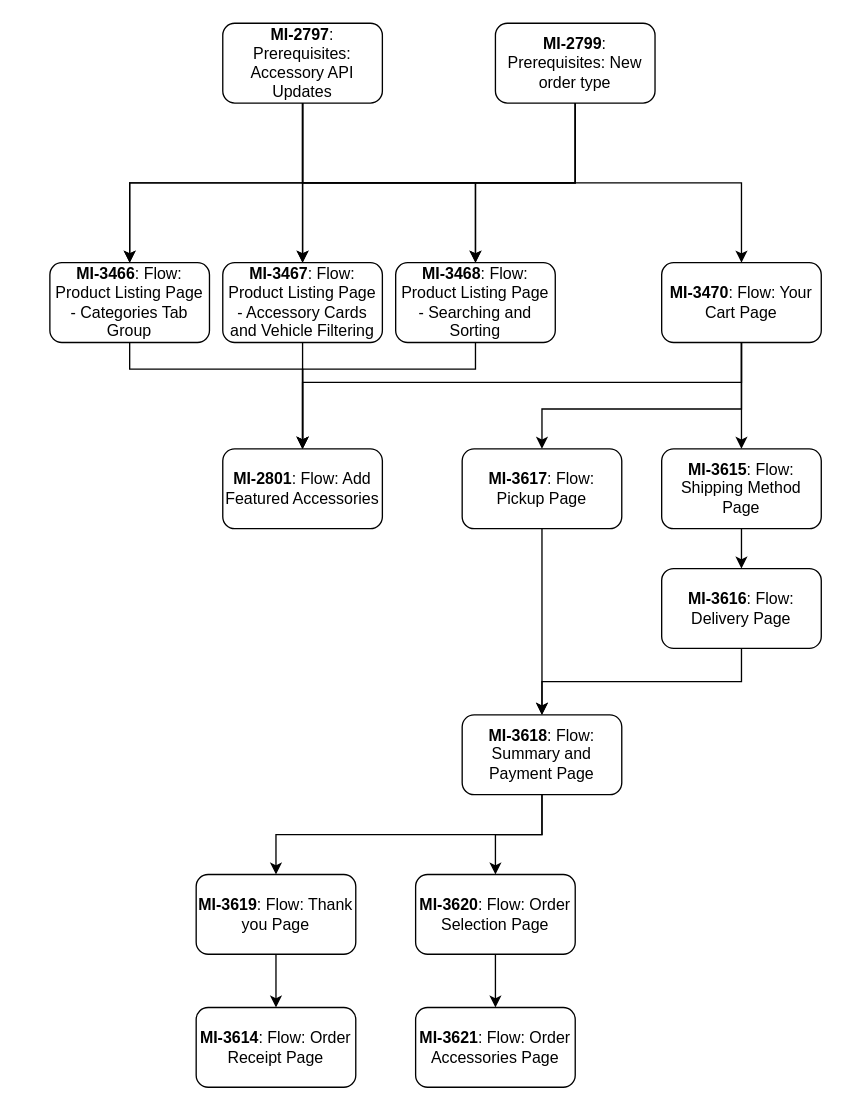
This is Untitled Diagram.drawio from rabihkodeih/agflow_test, a draw.io file, before an edit. Source tidied: cells renumbered, new cells numbered last; positions are measured from the earlier drawing's top-left corner, leaving out a move shared by most shapes. Both pictures are drawn from the tidied source at 133%, with x=0, y=0 at pixel (49, 23).
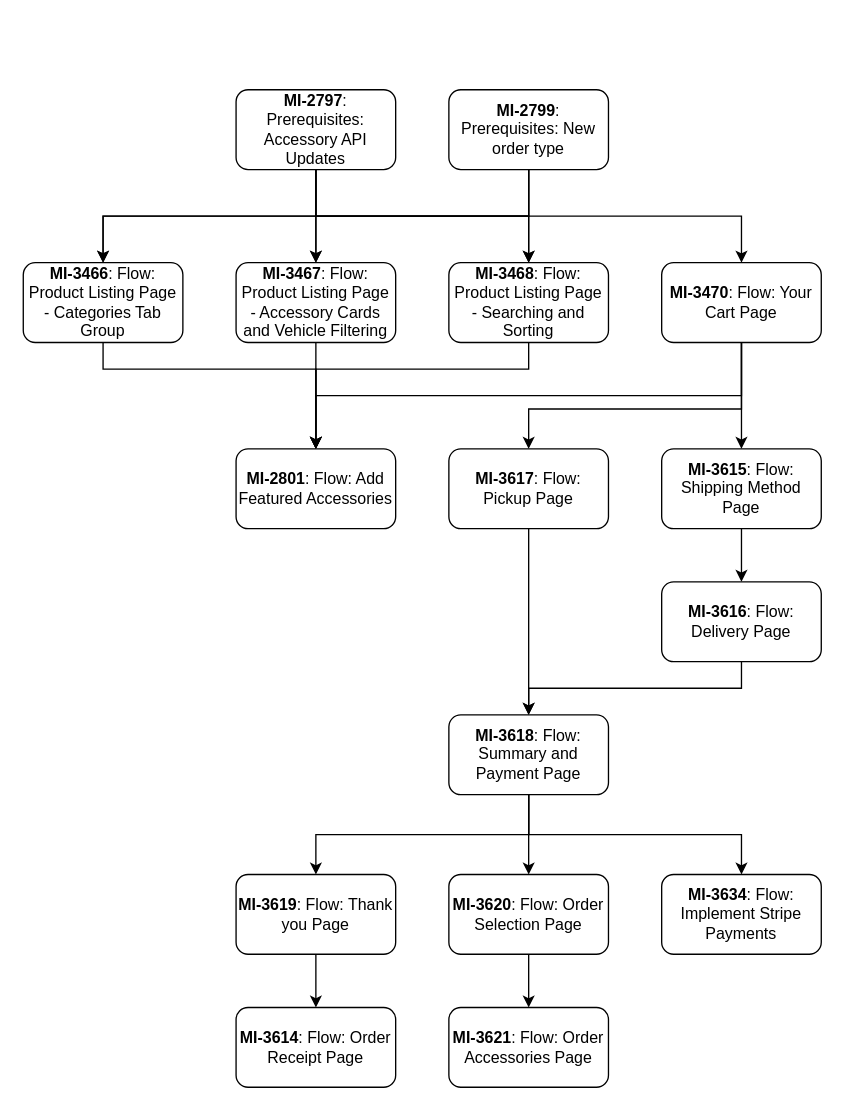
After the change.

Unchanged cells that the change refers to:
```xml
<mxCell id="20" value="&lt;b&gt;MI-3470&lt;/b&gt;: Flow: Your Cart Page" style="rounded=1;whiteSpace=wrap;html=1;" parent="1" vertex="1">
  <mxGeometry x="460" y="180" width="120" height="60" as="geometry" />
</mxCell>
```

Change to the diagram source:
```diff
@@
     <mxCell id="3" value="&lt;b&gt;MI-3466&lt;/b&gt;: Flow: Product Listing Page - Categories Tab Group" style="rounded=1;whiteSpace=wrap;html=1;" parent="1" vertex="1">
-      <mxGeometry y="180" width="120" height="60" as="geometry" />
+      <mxGeometry x="-20" y="180" width="120" height="60" as="geometry" />
     </mxCell>
@@
     <mxCell id="8" value="&lt;b&gt;MI-2797&lt;/b&gt;: Prerequisites: Accessory API Updates" style="rounded=1;whiteSpace=wrap;html=1;" parent="1" vertex="1">
-      <mxGeometry x="130" width="120" height="60" as="geometry" />
+      <mxGeometry x="140" y="50" width="120" height="60" as="geometry" />
     </mxCell>
@@
     <mxCell id="12" value="&lt;b&gt;MI-2799&lt;/b&gt;: Prerequisites: New order type" style="rounded=1;whiteSpace=wrap;html=1;" parent="1" vertex="1">
-      <mxGeometry x="335" width="120" height="60" as="geometry" />
+      <mxGeometry x="300" y="50" width="120" height="60" as="geometry" />
     </mxCell>
@@
     <mxCell id="14" value="&lt;b&gt;MI-3467&lt;/b&gt;: Flow: Product Listing Page - Accessory Cards and Vehicle Filtering" style="rounded=1;whiteSpace=wrap;html=1;" parent="1" vertex="1">
-      <mxGeometry x="130" y="180" width="120" height="60" as="geometry" />
+      <mxGeometry x="140" y="180" width="120" height="60" as="geometry" />
     </mxCell>
@@
     <mxCell id="16" value="&lt;b&gt;MI-3468&lt;/b&gt;: Flow: Product Listing Page - Searching and Sorting" style="rounded=1;whiteSpace=wrap;html=1;" parent="1" vertex="1">
-      <mxGeometry x="260" y="180" width="120" height="60" as="geometry" />
+      <mxGeometry x="300" y="180" width="120" height="60" as="geometry" />
     </mxCell>
@@
     <mxCell id="18" style="edgeStyle=orthogonalEdgeStyle;rounded=0;jettySize=auto;html=1;entryX=0.5;entryY=0;entryDx=0;entryDy=0;exitX=0.5;exitY=1;exitDx=0;exitDy=0;" parent="1" edge="1" source="20" target="26">
       <mxGeometry relative="1" as="geometry">
         <Array as="points">
           <mxPoint x="520" y="290" />
-          <mxPoint x="370" y="290" />
+          <mxPoint x="360" y="290" />
         </Array>
       </mxGeometry>
     </mxCell>
     <mxCell id="19" style="edgeStyle=orthogonalEdgeStyle;rounded=0;jettySize=auto;html=1;exitX=0.5;exitY=1;exitDx=0;exitDy=0;entryX=0.5;entryY=0;entryDx=0;entryDy=0;" parent="1" edge="1" source="20" target="36">
       <mxGeometry relative="1" as="geometry">
         <Array as="points">
-          <mxPoint x="520" y="270" />
-          <mxPoint x="190" y="270" />
+          <mxPoint x="520" y="280" />
+          <mxPoint x="200" y="280" />
         </Array>
       </mxGeometry>
     </mxCell>
@@
     <mxCell id="24" value="&lt;b&gt;MI-3616&lt;/b&gt;: Flow: Delivery Page" style="whiteSpace=wrap;html=1;rounded=1;" parent="1" vertex="1">
-      <mxGeometry x="460" y="410" width="120" height="60" as="geometry" />
+      <mxGeometry x="460" y="420" width="120" height="60" as="geometry" />
     </mxCell>
@@
     <mxCell id="26" value="&lt;b&gt;MI-3617&lt;/b&gt;: Flow: Pickup Page" style="rounded=1;whiteSpace=wrap;html=1;" parent="1" vertex="1">
-      <mxGeometry x="310" y="320" width="120" height="60" as="geometry" />
+      <mxGeometry x="300" y="320" width="120" height="60" as="geometry" />
     </mxCell>
@@
+    <mxCell id="37" style="edgeStyle=orthogonalEdgeStyle;rounded=0;jettySize=auto;html=1;exitX=0.5;exitY=1;exitDx=0;exitDy=0;" parent="1" edge="1" source="29" target="38">
+      <mxGeometry relative="1" as="geometry" />
+    </mxCell>
     <mxCell id="29" value="&lt;b&gt;MI-3618&lt;/b&gt;: Flow: Summary and Payment Page" style="whiteSpace=wrap;html=1;rounded=1;" parent="1" vertex="1">
-      <mxGeometry x="310" y="520" width="120" height="60" as="geometry" />
+      <mxGeometry x="300" y="520" width="120" height="60" as="geometry" />
     </mxCell>
@@
     <mxCell id="31" value="&lt;b&gt;MI-3619&lt;/b&gt;: Flow: Thank you Page" style="whiteSpace=wrap;html=1;rounded=1;" parent="1" vertex="1">
-      <mxGeometry x="110" y="640" width="120" height="60" as="geometry" />
+      <mxGeometry x="140" y="640" width="120" height="60" as="geometry" />
     </mxCell>
     <mxCell id="32" value="&lt;b&gt;MI-3614&lt;/b&gt;: Flow: Order Receipt Page" style="whiteSpace=wrap;html=1;rounded=1;" parent="1" vertex="1">
-      <mxGeometry x="110" y="740" width="120" height="60" as="geometry" />
+      <mxGeometry x="140" y="740" width="120" height="60" as="geometry" />
     </mxCell>
@@
     <mxCell id="34" value="&lt;b&gt;MI-3620&lt;/b&gt;: Flow: Order Selection Page" style="whiteSpace=wrap;html=1;rounded=1;" parent="1" vertex="1">
-      <mxGeometry x="275" y="640" width="120" height="60" as="geometry" />
+      <mxGeometry x="300" y="640" width="120" height="60" as="geometry" />
     </mxCell>
     <mxCell id="35" value="&lt;b&gt;MI-3621&lt;/b&gt;: Flow: Order Accessories Page" style="whiteSpace=wrap;html=1;rounded=1;" parent="1" vertex="1">
-      <mxGeometry x="275" y="740" width="120" height="60" as="geometry" />
+      <mxGeometry x="300" y="740" width="120" height="60" as="geometry" />
     </mxCell>
     <mxCell id="36" value="&lt;b&gt;MI-2801&lt;/b&gt;: Flow: Add Featured Accessories" style="rounded=1;whiteSpace=wrap;html=1;" parent="1" vertex="1">
-      <mxGeometry x="130" y="320" width="120" height="60" as="geometry" />
+      <mxGeometry x="140" y="320" width="120" height="60" as="geometry" />
     </mxCell>
+    <mxCell id="38" value="&lt;b&gt;MI-3634&lt;/b&gt;: Flow: Implement Stripe Payments" style="whiteSpace=wrap;html=1;rounded=1;" parent="1" vertex="1">
+      <mxGeometry x="460" y="640" width="120" height="60" as="geometry" />
+    </mxCell>
```
